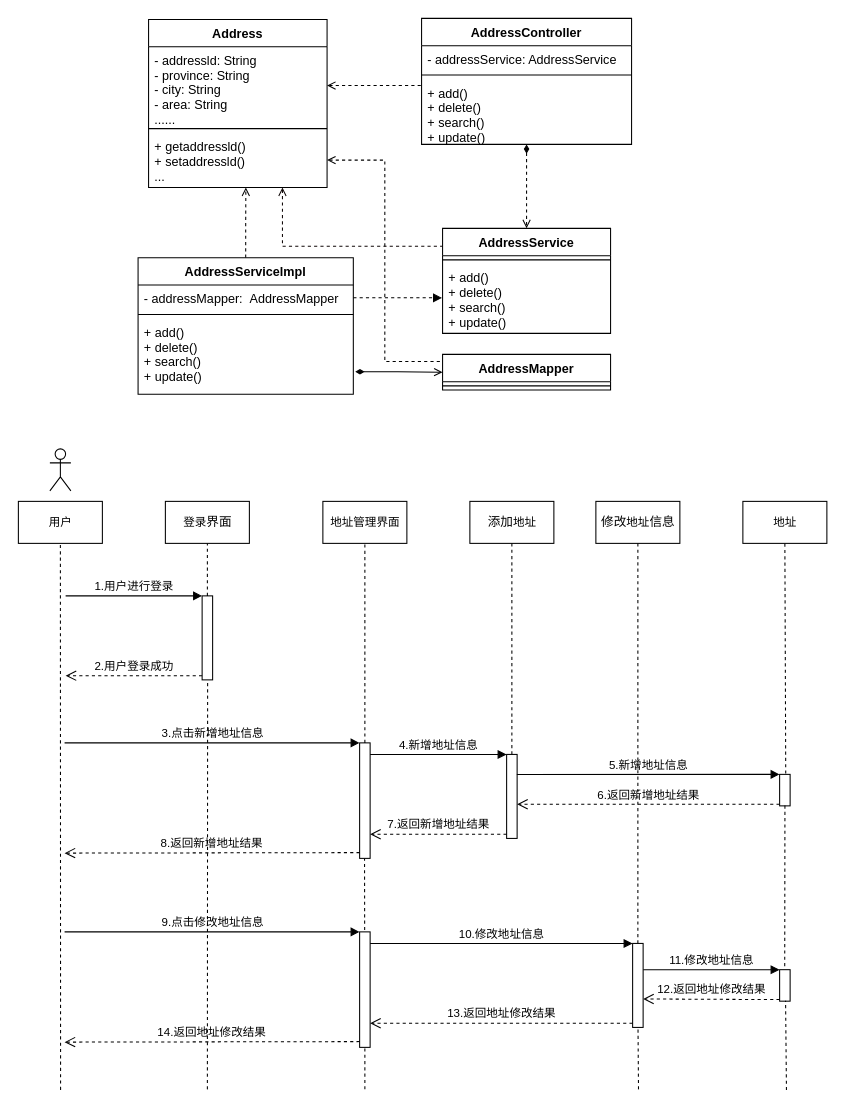
Before: page "收货地址" (21 of 23) of Untitled Diagram.drawio in hongkingking/hkk, a draw.io diagram. Source tidied: cells renumbered, new cells numbered last; positions are measured from the earlier drawing's top-left corner, leaving out a move shared by most shapes. Both pictures are drawn from the tidied source at 105%, with x=0, y=0 at pixel (18, 18).
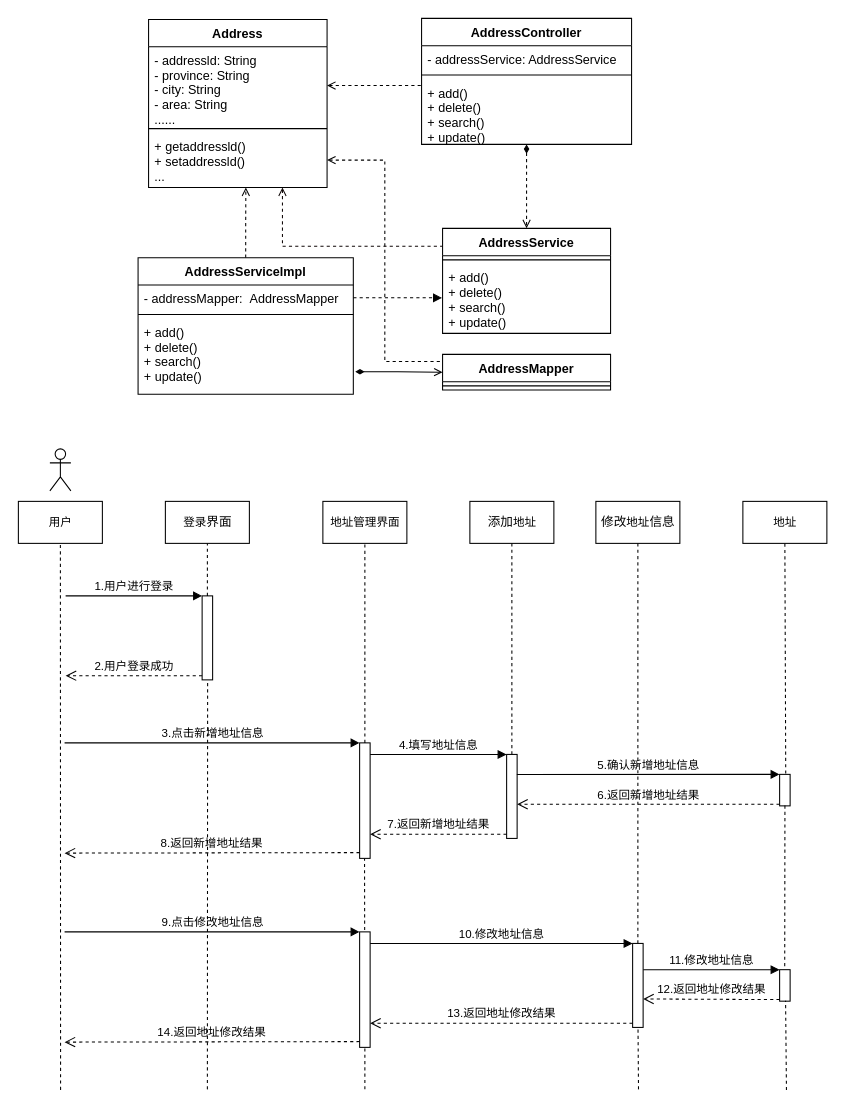
The same diagram, later.

The change refers to these unchanged cells:
```xml
<mxCell id="38" style="html=1;points=[];perimeter=orthogonalPerimeter;strokeWidth=1;" parent="1" vertex="1">
  <mxGeometry x="465" y="701" width="10" height="80" as="geometry" />
</mxCell>
<mxCell id="50" style="html=1;points=[];perimeter=orthogonalPerimeter;strokeWidth=1;" parent="1" vertex="1">
  <mxGeometry x="725" y="720" width="10" height="30" as="geometry" />
</mxCell>
```

Diff of the diagram source:
```diff
@@
-    <mxCell id="39" value="4.新增地址信息" style="html=1;verticalAlign=bottom;endArrow=block;entryX=0;entryY=0;rounded=0;" parent="1" edge="1" target="38">
+    <mxCell id="39" value="4.填写地址信息" style="html=1;verticalAlign=bottom;endArrow=block;entryX=0;entryY=0;rounded=0;" parent="1" edge="1" target="38">
       <mxGeometry relative="1" as="geometry">
         <mxPoint x="335" y="701" as="sourcePoint" />
       </mxGeometry>
     </mxCell>
@@
-    <mxCell id="51" value="5.新增地址信息" style="html=1;verticalAlign=bottom;endArrow=block;entryX=0;entryY=0;rounded=0;exitX=0.974;exitY=0.239;exitDx=0;exitDy=0;exitPerimeter=0;" parent="1" edge="1" source="38" target="50">
+    <mxCell id="51" value="5.确认新增地址信息" style="html=1;verticalAlign=bottom;endArrow=block;entryX=0;entryY=0;rounded=0;exitX=0.974;exitY=0.239;exitDx=0;exitDy=0;exitPerimeter=0;" parent="1" edge="1" source="38" target="50">
       <mxGeometry relative="1" as="geometry" />
     </mxCell>
```
